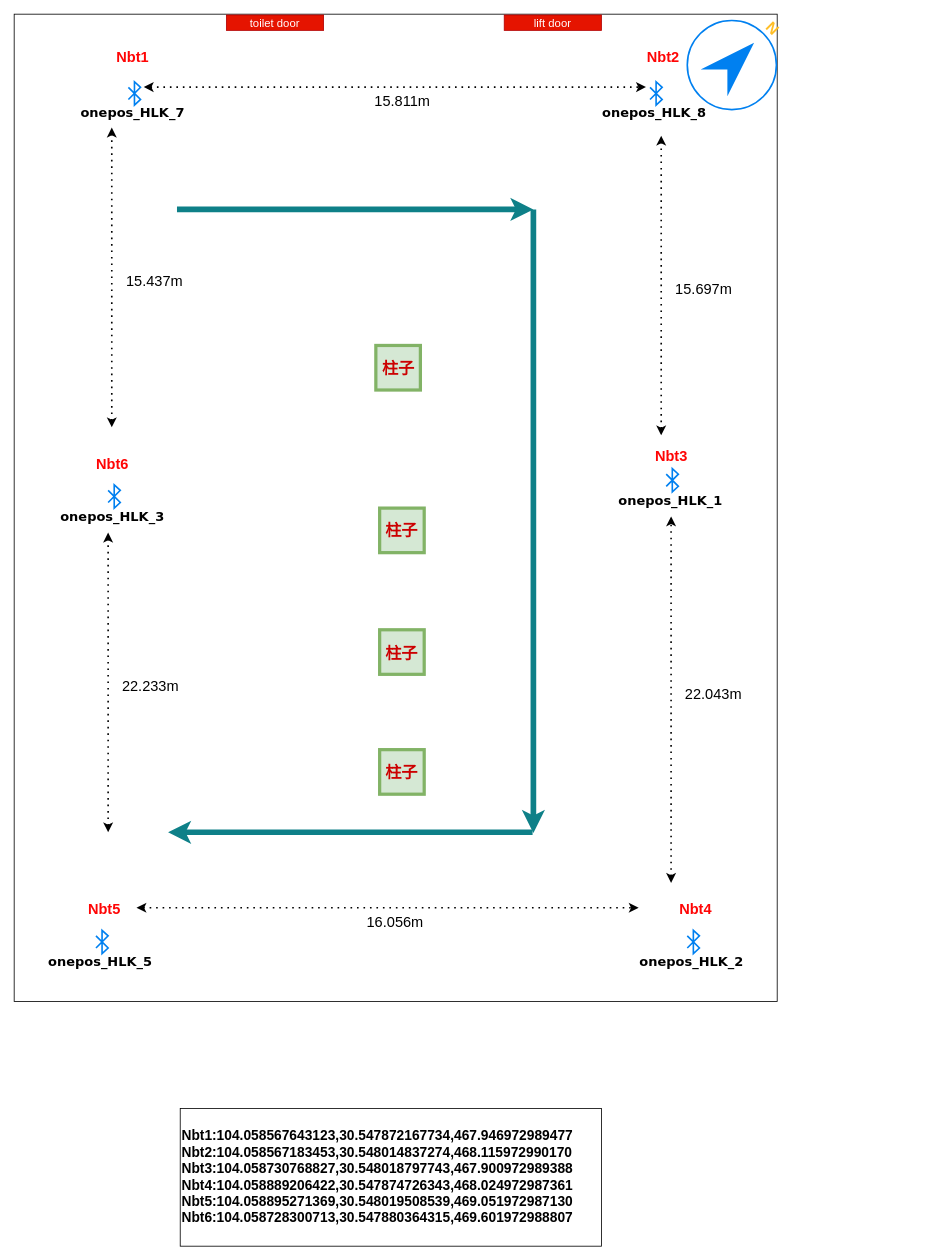
Earlier version of the draw.io diagram page "第 4 页" (4 of 4) of TotalStation/位置信息标注.drawio (Joiner12/Position). Source tidied: cells renumbered, new cells numbered last; positions are measured from the earlier drawing's top-left corner, leaving out a move shared by most shapes. Both pictures are drawn from the tidied source at 81%, with x=0, y=0 at pixel (14, 14).
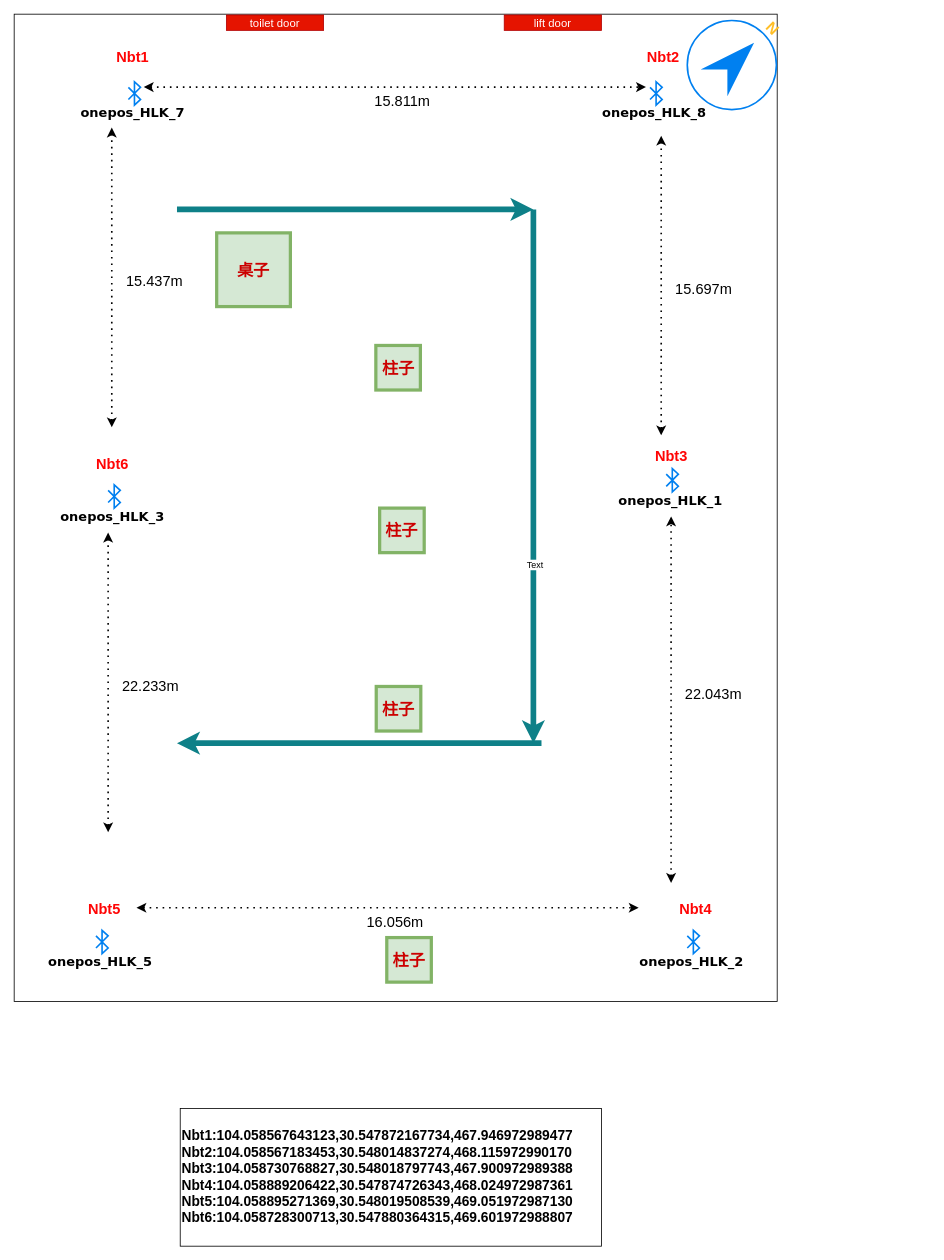
The same page after the edit.

The change refers to these unchanged cells:
```xml
<mxCell id="4" style="group;" parent="3" vertex="1">
  <mxGeometry x="-112" y="-69" width="942" height="1219" as="geometry" />
</mxCell>
```

What changed in the source:
```diff
@@
     <mxCell id="38" style="endArrow=classic;html=1;strokeWidth=7;fontSize=18;fontColor=#FF0505;fillColor=#b0e3e6;strokeColor=#0e8088;" parent="4" edge="1">
       <mxGeometry relative="1" as="geometry">
         <mxPoint x="640" y="241" as="sourcePoint" />
-        <mxPoint x="640" y="1011" as="targetPoint" />
+        <mxPoint x="640" y="900" as="targetPoint" />
       </mxGeometry>
     </mxCell>
+    <mxCell id="59" value="Text" style="edgeLabel;html=1;align=center;verticalAlign=middle;" parent="38" vertex="1">
+      <mxGeometry x="0.33" y="1" relative="1" as="geometry" />
+    </mxCell>
     <mxCell id="39" style="endArrow=classic;html=1;strokeWidth=7;fontSize=18;fontColor=#FF0505;fillColor=#b0e3e6;strokeColor=#0e8088;" parent="4" edge="1">
       <mxGeometry relative="1" as="geometry">
-        <mxPoint x="639" y="1010" as="sourcePoint" />
-        <mxPoint x="189" y="1010" as="targetPoint" />
+        <mxPoint x="650" y="900" as="sourcePoint" />
+        <mxPoint x="200" y="900" as="targetPoint" />
       </mxGeometry>
     </mxCell>
@@
     <mxCell id="48" value="柱子" style="whiteSpace=wrap;html=1;fillColor=#d5e8d4;strokeColor=#82b366;strokeWidth=4;fontStyle=1;fontSize=20;fontColor=#CC0000;" parent="4" vertex="1">
-      <mxGeometry x="450.2" y="908" width="55" height="55" as="geometry" />
+      <mxGeometry x="459" y="1140" width="55" height="55" as="geometry" />
     </mxCell>
     <mxCell id="49" value="柱子" style="whiteSpace=wrap;html=1;fillColor=#d5e8d4;strokeColor=#82b366;strokeWidth=4;fontStyle=1;fontSize=20;fontColor=#CC0000;" parent="4" vertex="1">
-      <mxGeometry x="450.2" y="760" width="55" height="55" as="geometry" />
+      <mxGeometry x="446" y="830" width="55" height="55" as="geometry" />
     </mxCell>
+    <mxCell id="60" value="桌子" style="whiteSpace=wrap;html=1;fillColor=#d5e8d4;strokeColor=#82b366;strokeWidth=4;fontStyle=1;fontSize=20;fontColor=#CC0000;" parent="4" vertex="1">
+      <mxGeometry x="249" y="270" width="91" height="91" as="geometry" />
+    </mxCell>
```
